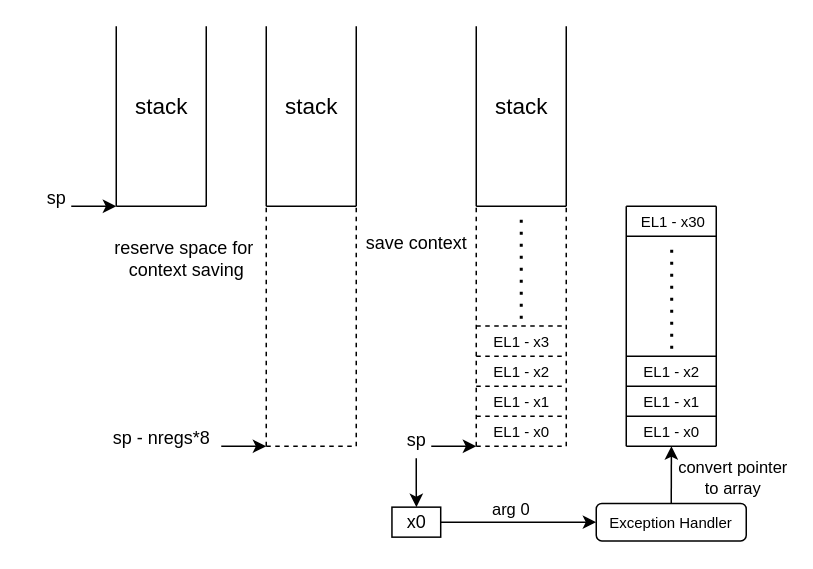
Earlier version of the draw.io diagram vm context store&load.drawio (zhouhaoan/drawios). Source tidied: cells renumbered, new cells numbered last; positions are measured from the earlier drawing's top-left corner, leaving out a move shared by most shapes. Both pictures are drawn from the tidied source at 150%, with x=0, y=0 at pixel (26, 26).
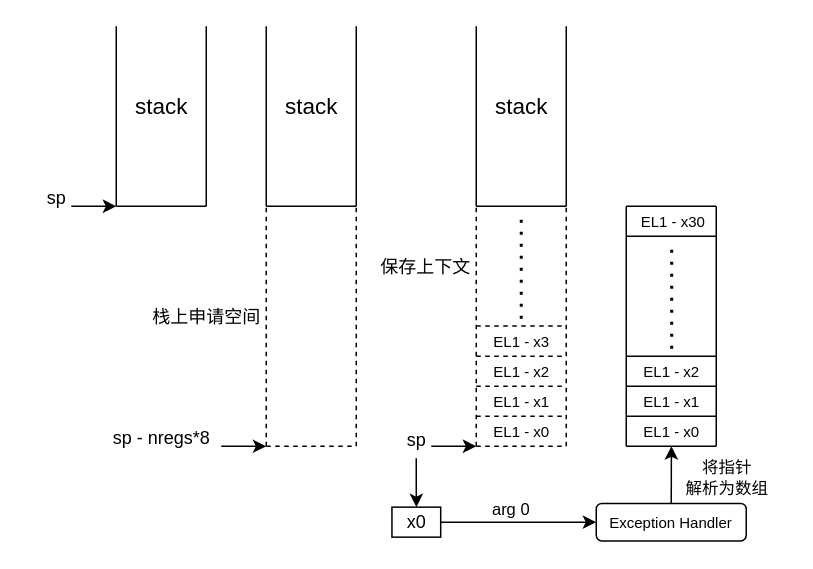
Above is the later version.

Unchanged cells that the change refers to:
```xml
<mxCell id="41" style="edgeStyle=orthogonalEdgeStyle;rounded=0;jettySize=auto;html=1;exitX=0.5;exitY=0;exitDx=0;exitDy=0;" parent="1" edge="1" source="43">
  <mxGeometry relative="1" as="geometry">
    <mxPoint x="430.1" y="280" as="targetPoint" />
  </mxGeometry>
</mxCell>
```

The edit, as a diff of the source:
```diff
@@
-    <mxCell id="17" value="reserve space for&lt;br&gt;&amp;nbsp;context saving" style="text;html=1;align=center;verticalAlign=middle;strokeColor=none;fillColor=none;" parent="1" vertex="1">
-      <mxGeometry x="45" y="135" width="120" height="40" as="geometry" />
+    <mxCell id="17" value="栈上申请空间" style="text;html=1;align=center;verticalAlign=middle;strokeColor=none;fillColor=none;" parent="1" vertex="1">
+      <mxGeometry x="75" y="181" width="90" height="26" as="geometry" />
     </mxCell>
@@
-    <mxCell id="35" value="save context" style="text;html=1;align=center;verticalAlign=middle;strokeColor=none;fillColor=none;" parent="1" vertex="1">
-      <mxGeometry x="215" y="130" width="90" height="30" as="geometry" />
+    <mxCell id="35" value="保存上下文" style="text;html=1;align=center;verticalAlign=middle;strokeColor=none;fillColor=none;" parent="1" vertex="1">
+      <mxGeometry x="227" y="148" width="78" height="26" as="geometry" />
     </mxCell>
@@
-    <mxCell id="42" value="convert pointer &lt;br&gt;to array" style="edgeLabel;html=1;align=center;verticalAlign=middle;" parent="41" vertex="1">
+    <mxCell id="42" value="将指针&lt;div&gt;解析为数组&lt;/div&gt;" style="edgeLabel;html=1;align=center;verticalAlign=middle;" parent="41" vertex="1">
       <mxGeometry x="-0.04" y="1" relative="1" as="geometry">
-        <mxPoint x="41" as="offset" />
+        <mxPoint x="37" as="offset" />
       </mxGeometry>
     </mxCell>
```
